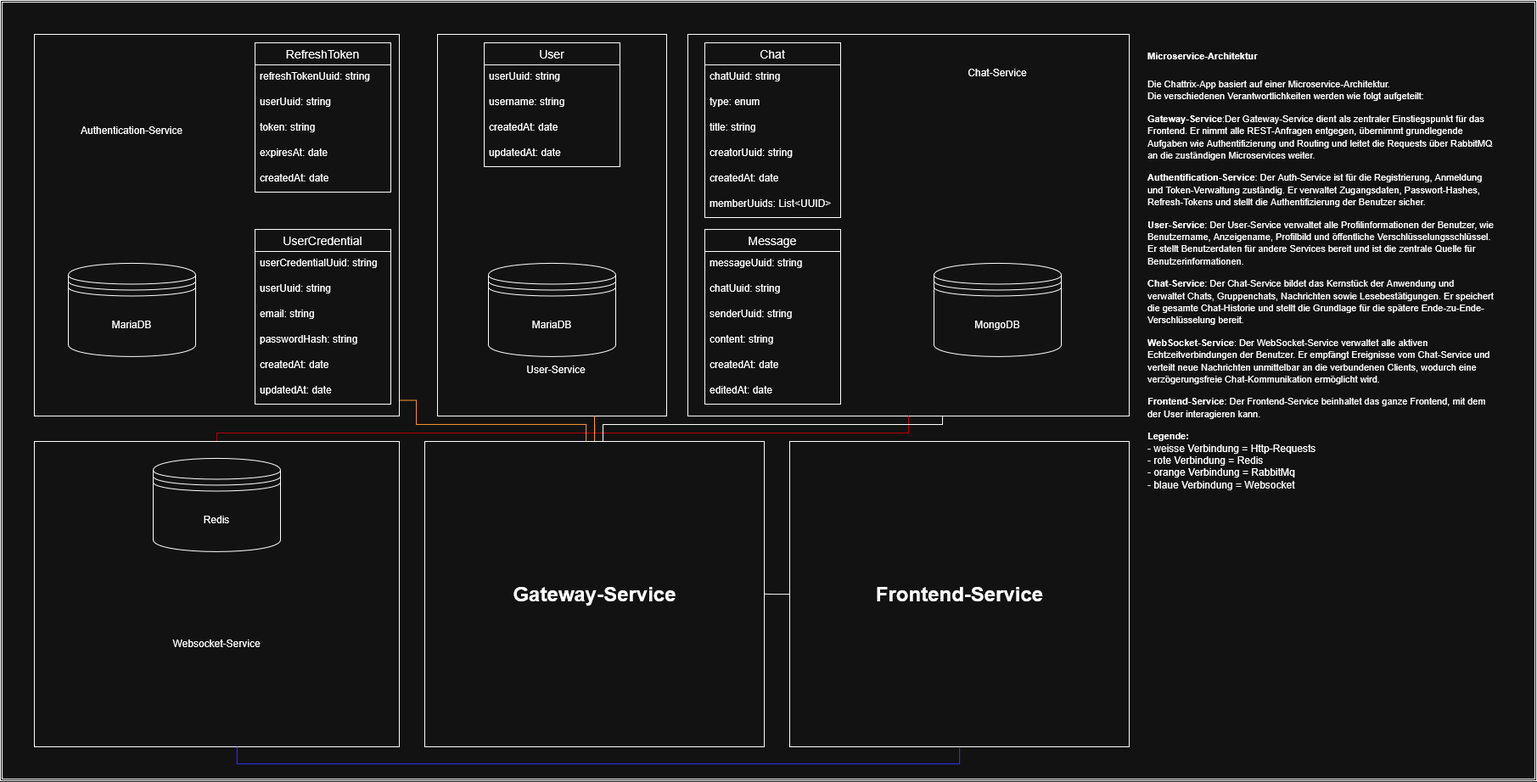
This is chattrix-microservices-architecture.png from Zeynox32/chatM347Backend, a draw.io export, as it was before one commit. Source tidied: cells renumbered, new cells last; positions are measured from the earlier drawing's top-left corner, leaving out a move shared by most shapes.
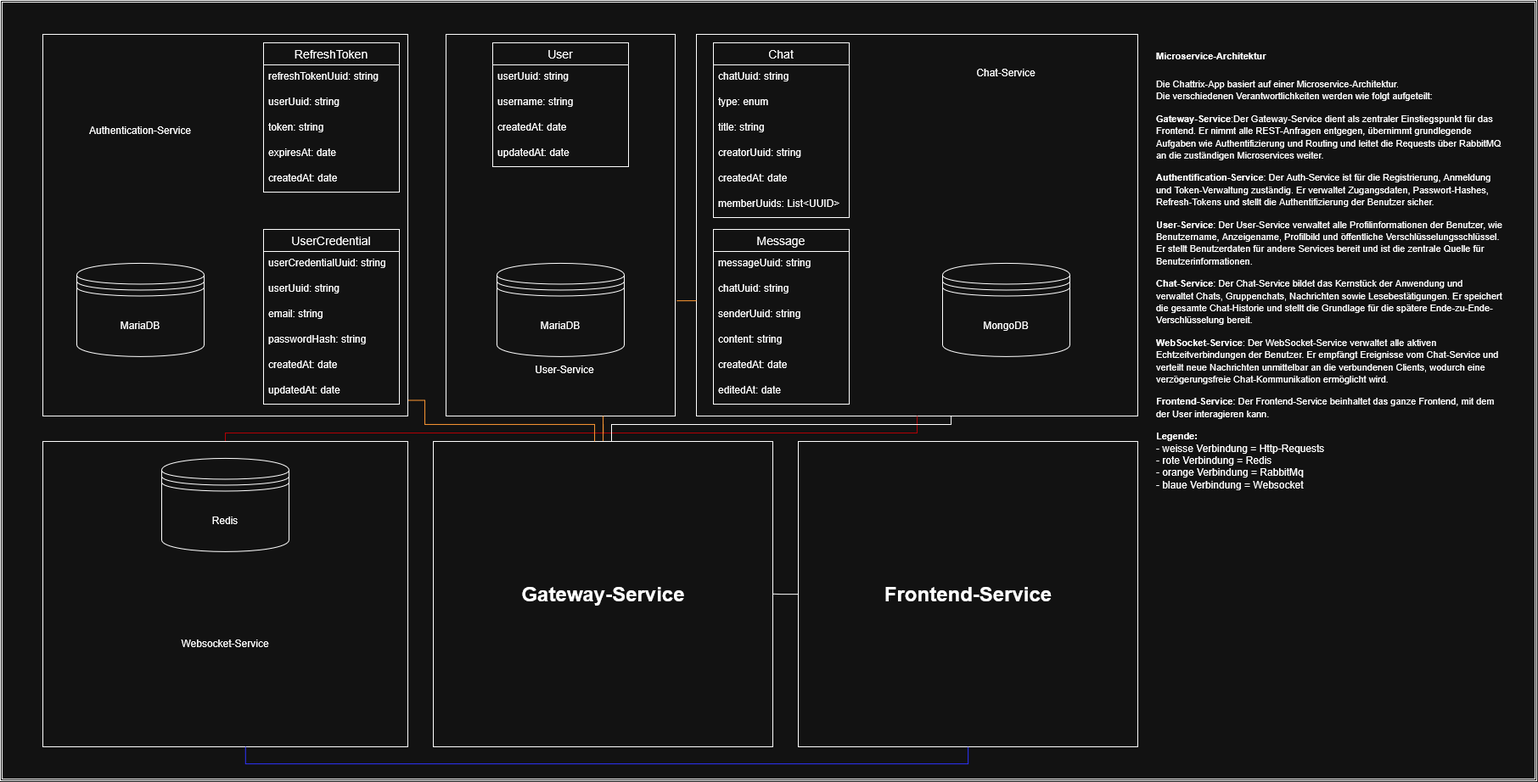
After the change.

The edit, as a diff of the source:
```diff
@@ -3,7 +3,7 @@
     <mxCell id="0" />
     <mxCell id="1" parent="0" />
     <mxCell id="2" style="shape=ext;double=1;rounded=0;whiteSpace=wrap;html=1;" parent="1" vertex="1">
-      <mxGeometry width="1810" height="920" as="geometry" />
+      <mxGeometry x="-10" width="1810" height="920" as="geometry" />
     </mxCell>
     <mxCell id="3" style="verticalLabelPosition=bottom;verticalAlign=top;html=1;shape=mxgraph.basic.rect;fillColor2=none;strokeWidth=1;size=20;indent=5;fillColor=none;" parent="1" vertex="1">
       <mxGeometry x="40" y="40" width="430" height="450" as="geometry" />
@@ -188,5 +188,8 @@
         </Array>
       </mxGeometry>
     </mxCell>
+    <mxCell id="56" style="edgeStyle=orthogonalEdgeStyle;rounded=0;jettySize=auto;html=1;entryX=1.007;entryY=0.699;entryDx=0;entryDy=0;entryPerimeter=0;fillColor=#fa6800;strokeColor=light-dark(#C73500,#FF9933);endArrow=none;endFill=0;exitX=0;exitY=0.698;exitDx=0;exitDy=0;exitPerimeter=0;" parent="1" edge="1" source="24" target="18">
+      <mxGeometry relative="1" as="geometry" />
+    </mxCell>
   </root>
 </mxGraphModel>
```
